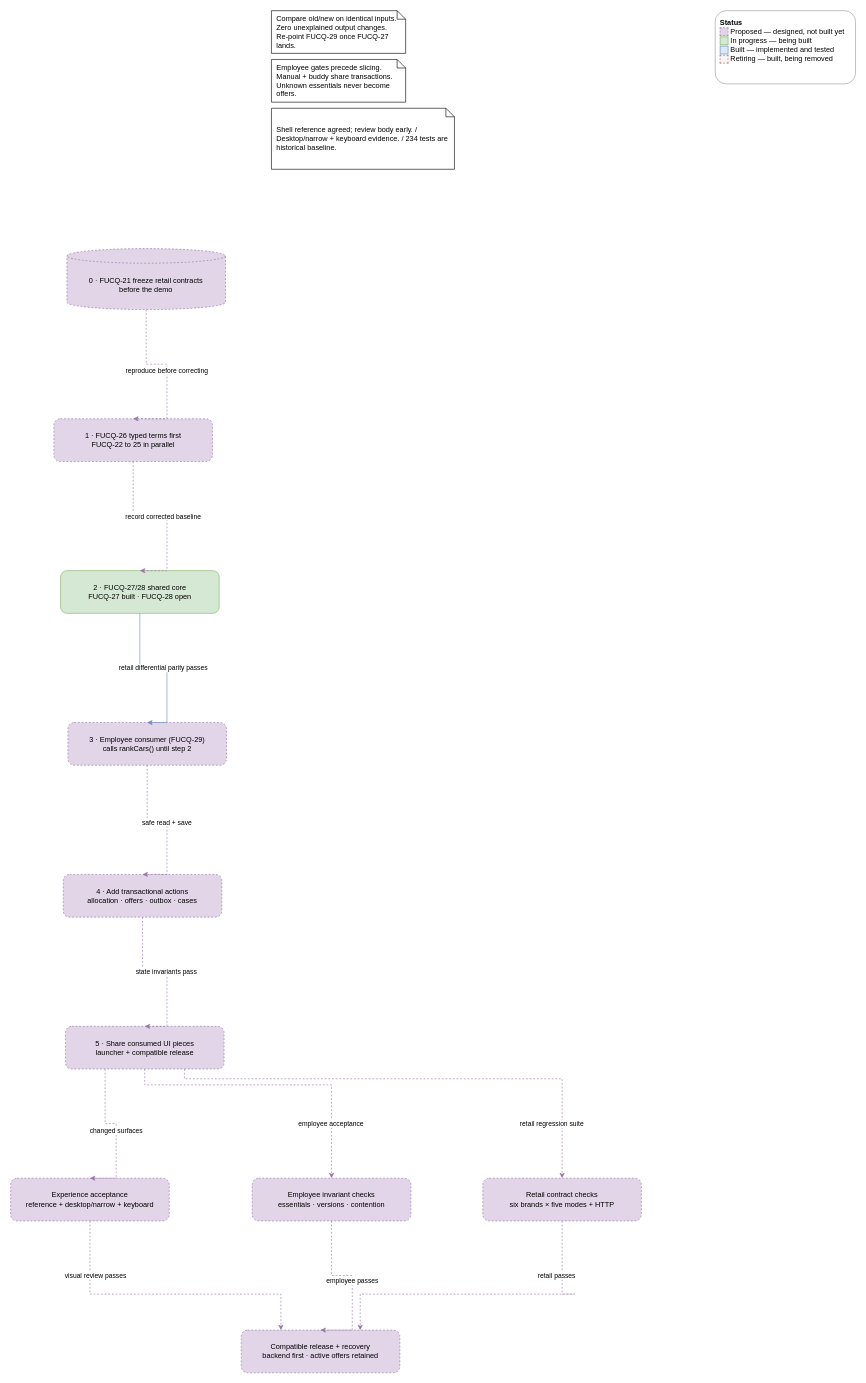
Above: page "04 Migration and regression protection" (7 of 12) of docs/design/high-level-design.drawio in garyscarter-ibm/vehicle-matcher (draw.io), before the change. Source tidied: cells renumbered, new cells numbered last; positions are measured from the earlier drawing's top-left corner, leaving out a move shared by most shapes. Both pictures are drawn from the tidied source at 61%, with x=0, y=0 at pixel (10, 10).
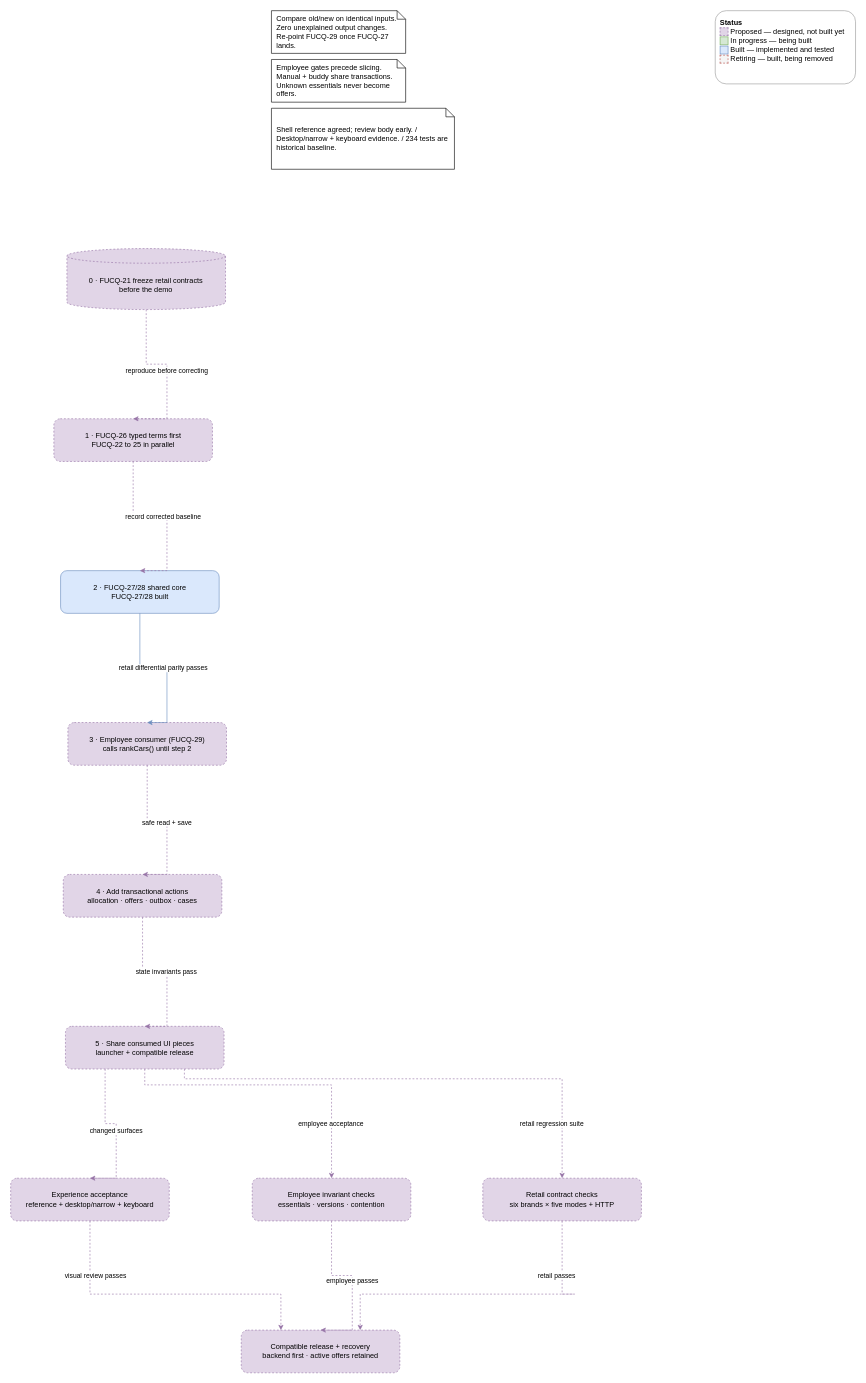
The same diagram, later.

Commit message (it also covers changes not shown here):
FUCQ-28: grouped result views over complete exact-car decisions

Change to the diagram source:
```diff
@@
-    <mxCell id="4" value="2 · FUCQ-27/28 shared core&lt;br&gt;FUCQ-27 built · FUCQ-28 open" style="rounded=1;whiteSpace=wrap;html=1;strokeColor=#82b366;fillColor=#d5e8d4;" parent="1" vertex="1">
+    <mxCell id="4" value="2 · FUCQ-27/28 shared core&lt;br&gt;FUCQ-27/28 built" style="rounded=1;whiteSpace=wrap;html=1;strokeColor=#6c8ebf;fillColor=#dae8fc;" parent="1" vertex="1">
       <mxGeometry x="81.8" y="918" width="260" height="70" as="geometry" />
     </mxCell>
```
